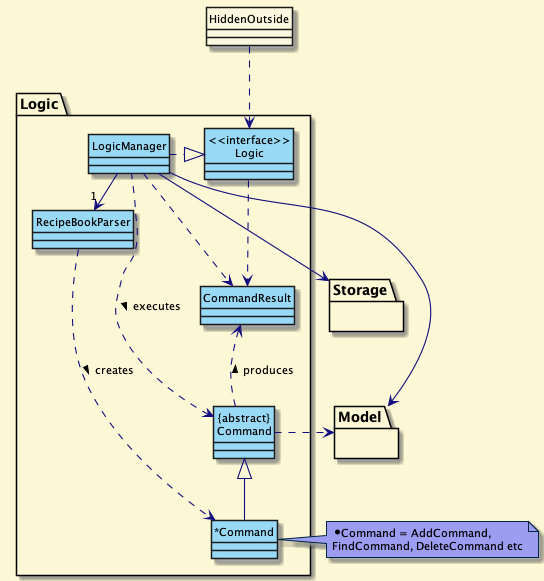
Before: docs/umlDiagrams/img/LogicClassDiagram.png, a diagram exported from PlantUML (yusufaine/tp). Source of this version:
```plantuml
@startuml
hide circle
!define DARKBLUE2
!include style.puml
skinparam arrowThickness 1.1
skinparam arrowColor LOGIC_COLOR_T4
skinparam classBackgroundColor LOGIC_COLOR
skinparam classFontColor black
skinparam noteFontColor black

package Logic {

Class RecipeBookParser
Class "*Command"
Class CommandResult
Class "{abstract}\nCommand" as Command


Class "<<interface>>\nLogic" as Logic
Class LogicManager
}

package Model{
}

package Storage{

}

Class HiddenOutside #faf8de
HiddenOutside ..> Logic

LogicManager .right.|> Logic
LogicManager -right->"1" RecipeBookParser
RecipeBookParser ..> "*Command" : creates >

"*Command" -up-|> Command
LogicManager .left.> Command : executes >

LogicManager --> Model
LogicManager --> Storage
Storage --[hidden] Model
Command .[hidden]up.> Storage
Command .right.> Model
note right of "*Command" LOGIC_COLOR_T1: *Command = AddCommand, \nFindCommand, DeleteCommand etc

Logic ..> CommandResult
LogicManager .down.> CommandResult
Command .up.> CommandResult : produces >
@enduml
```
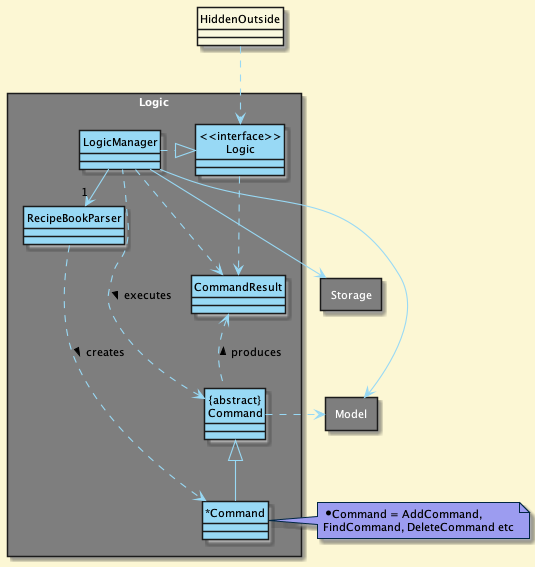
The same diagram one commit later.

Commit message:
update uml diagrams font color

Change to the diagram source:
```diff
@@ -3,12 +3,13 @@
 !define DARKBLUE2
 !include style.puml
 skinparam arrowThickness 1.1
-skinparam arrowColor LOGIC_COLOR_T4
+skinparam arrowColor LOGIC_COLOR
 skinparam classBackgroundColor LOGIC_COLOR
 skinparam classFontColor black
 skinparam noteFontColor black
+skinparam rectanglefontcolor white
 
-package Logic {
+package Logic <<Rectangle>> {
 
 Class RecipeBookParser
 Class "*Command"
@@ -20,10 +21,10 @@
 Class LogicManager
 }
 
-package Model{
+package Model <<Rectangle>>{
 }
 
-package Storage{
+package Storage <<Rectangle>>{
 
 }
 
```
